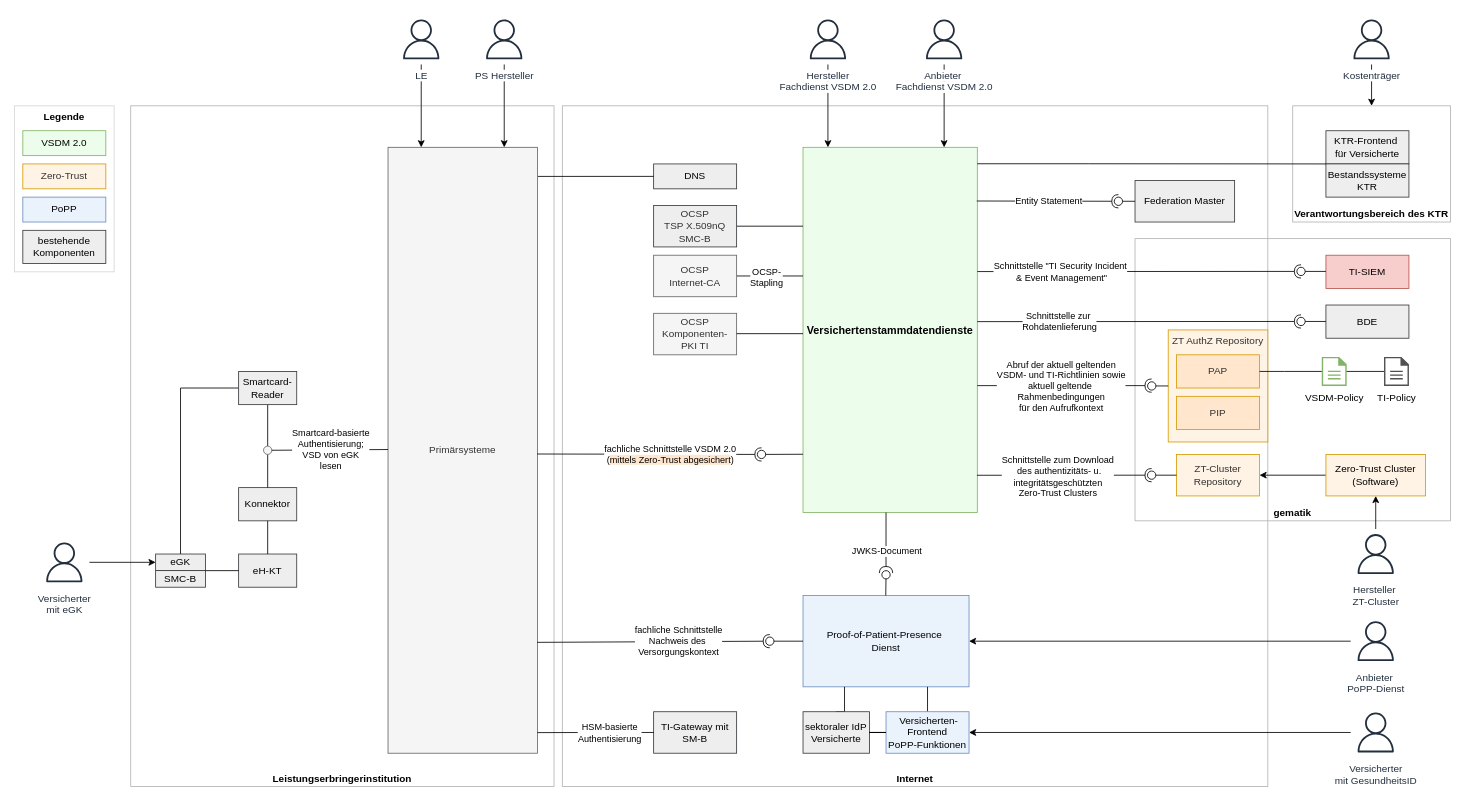
Earlier version of the draw.io diagram src/drawio/Systemkontext_VSDM2.drawio (gematik/spec-VSDM2). Source tidied: cells renumbered, new cells numbered last; positions are measured from the earlier drawing's top-left corner, leaving out a move shared by most shapes. Both pictures are drawn from the tidied source at 83%, with x=0, y=0 at pixel (14, 14).
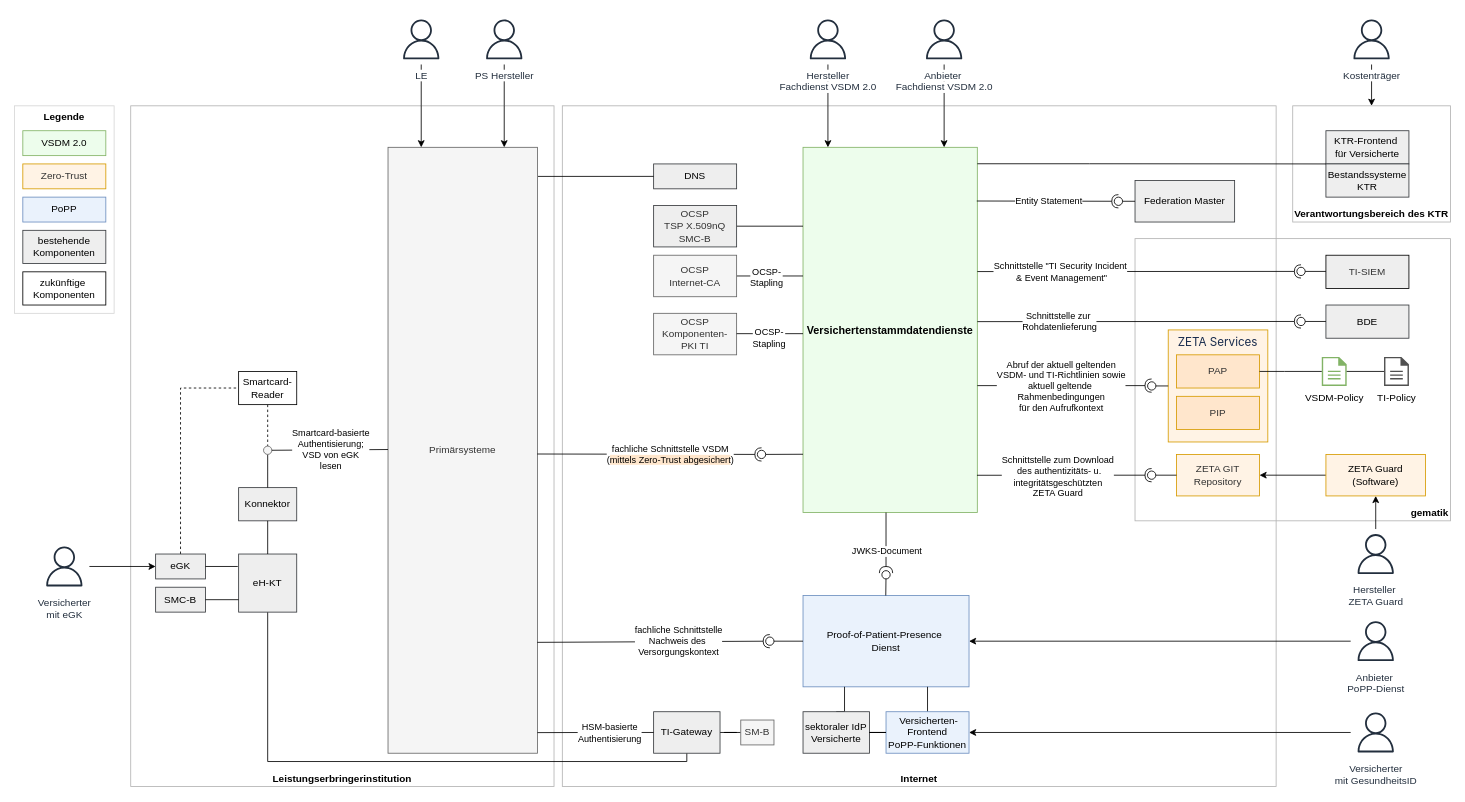
The same page after the edit.

Unchanged cells that the change refers to:
```xml
<mxCell id="63" style="rounded=0;orthogonalLoop=1;jettySize=auto;html=1;endArrow=halfCircle;endFill=0;endSize=6;strokeWidth=1;sketch=0;exitX=0.999;exitY=0.424;exitDx=0;exitDy=0;exitPerimeter=0;" parent="1" edge="1">
  <mxGeometry relative="1" as="geometry">
    <mxPoint x="629.8" y="529.5" as="sourcePoint" />
    <mxPoint x="900" y="530" as="targetPoint" />
  </mxGeometry>
</mxCell>
<mxCell id="68" style="ellipse;whiteSpace=wrap;html=1;fillColor=#f5f5f5;fontColor=#333333;strokeColor=#666666;" parent="1" vertex="1">
  <mxGeometry x="300" y="520" width="10" height="10" as="geometry" />
</mxCell>
<mxCell id="73" style="rounded=0;jettySize=auto;html=1;endArrow=halfCircle;endFill=0;endSize=6;strokeWidth=1;sketch=0;exitX=0.998;exitY=0.898;exitDx=0;exitDy=0;exitPerimeter=0;" parent="1" edge="1" source="7">
  <mxGeometry relative="1" as="geometry">
    <mxPoint x="1370" y="555" as="targetPoint" />
  </mxGeometry>
</mxCell>
```

Change to the diagram source:
```diff
@@
     <mxCell id="2" value="&lt;b&gt;Internet&lt;/b&gt;" style="rounded=0;whiteSpace=wrap;html=1;fillColor=none;verticalAlign=bottom;strokeColor=#B3B3B3;" parent="1" vertex="1">
-      <mxGeometry x="660" y="110" width="850" height="820" as="geometry" />
+      <mxGeometry x="660" y="110" width="860" height="820" as="geometry" />
     </mxCell>
-    <mxCell id="3" value="&lt;b&gt;gematik&lt;/b&gt;" style="rounded=0;whiteSpace=wrap;html=1;fillColor=none;verticalAlign=bottom;strokeColor=#B3B3B3;align=center;" parent="1" vertex="1">
+    <mxCell id="3" value="&lt;b&gt;gematik&lt;/b&gt;" style="rounded=0;whiteSpace=wrap;html=1;fillColor=none;verticalAlign=bottom;strokeColor=#B3B3B3;align=right;" parent="1" vertex="1">
       <mxGeometry x="1350" y="270" width="380" height="340" as="geometry" />
     </mxCell>
@@
-    <mxCell id="10" style="edgeStyle=orthogonalEdgeStyle;rounded=0;jettySize=auto;html=1;entryX=0;entryY=0.5;entryDx=0;entryDy=0;endArrow=none;endFill=0;exitX=0.5;exitY=0;exitDx=0;exitDy=0;" parent="1" edge="1" source="11" target="23">
+    <mxCell id="10" style="edgeStyle=orthogonalEdgeStyle;rounded=0;jettySize=auto;html=1;entryX=0;entryY=0.5;entryDx=0;entryDy=0;endArrow=none;endFill=0;exitX=0.5;exitY=0;exitDx=0;exitDy=0;dashed=1;" parent="1" edge="1" source="11" target="23">
       <mxGeometry relative="1" as="geometry">
         <Array as="points">
           <mxPoint x="200" y="450" />
         </Array>
       </mxGeometry>
     </mxCell>
     <mxCell id="11" value="&lt;div&gt;eGK&lt;/div&gt;" style="rounded=0;whiteSpace=wrap;html=1;fillColor=#eeeeee;strokeColor=#36393d;" parent="1" vertex="1">
-      <mxGeometry x="170" y="650" width="60" height="20" as="geometry" />
+      <mxGeometry x="170" y="650" width="60" height="30" as="geometry" />
     </mxCell>
     <mxCell id="12" value="&lt;div&gt;SMC-B&lt;/div&gt;" style="rounded=0;whiteSpace=wrap;html=1;fillColor=#eeeeee;strokeColor=#36393d;" parent="1" vertex="1">
-      <mxGeometry x="170" y="670" width="60" height="20" as="geometry" />
+      <mxGeometry x="170" y="690" width="60" height="30" as="geometry" />
     </mxCell>
@@
+    <mxCell id="104" style="edgeStyle=orthogonalEdgeStyle;rounded=0;jettySize=auto;html=1;entryX=0.5;entryY=1;entryDx=0;entryDy=0;horizontal=0;endArrow=none;endFill=0;exitX=0.5;exitY=1;exitDx=0;exitDy=0;" parent="1" edge="1" source="14" target="16">
+      <mxGeometry relative="1" as="geometry">
+        <Array as="points">
+          <mxPoint x="810" y="900" />
+          <mxPoint x="305" y="900" />
+        </Array>
+      </mxGeometry>
+    </mxCell>
+    <mxCell id="105" style="edgeStyle=orthogonalEdgeStyle;rounded=0;jettySize=auto;html=1;endArrow=none;endFill=0;" parent="1" edge="1" source="14" target="108">
+      <mxGeometry relative="1" as="geometry" />
+    </mxCell>
-    <mxCell id="14" value="&lt;div&gt;TI-Gateway mit SM-B&lt;/div&gt;" style="rounded=0;whiteSpace=wrap;html=1;fillColor=#eeeeee;strokeColor=#36393d;" parent="1" vertex="1">
-      <mxGeometry x="770" y="840" width="100" height="50" as="geometry" />
+    <mxCell id="14" value="&lt;div&gt;TI-Gateway&lt;/div&gt;" style="rounded=0;whiteSpace=wrap;html=1;fillColor=#eeeeee;strokeColor=#36393d;" parent="1" vertex="1">
+      <mxGeometry x="770" y="840" width="80" height="50" as="geometry" />
     </mxCell>
@@
     <mxCell id="16" value="eH-KT" style="rounded=0;whiteSpace=wrap;html=1;fillColor=#eeeeee;strokeColor=#36393d;" parent="1" vertex="1">
-      <mxGeometry x="270" y="650" width="70" height="40" as="geometry" />
+      <mxGeometry x="270" y="650" width="70" height="70" as="geometry" />
     </mxCell>
@@
-    <mxCell id="22" style="edgeStyle=orthogonalEdgeStyle;rounded=0;jettySize=auto;html=1;endArrow=none;endFill=0;entryX=0.5;entryY=0;entryDx=0;entryDy=0;" parent="1" edge="1" source="23" target="68">
+    <mxCell id="22" style="edgeStyle=orthogonalEdgeStyle;rounded=0;jettySize=auto;html=1;endArrow=none;endFill=0;entryX=0.5;entryY=0;entryDx=0;entryDy=0;dashed=1;" parent="1" edge="1" source="23" target="68">
       <mxGeometry relative="1" as="geometry">
         <Array as="points">
           <mxPoint x="305" y="480" />
           <mxPoint x="305" y="480" />
         </Array>
       </mxGeometry>
     </mxCell>
-    <mxCell id="23" value="Smartcard-Reader" style="rounded=0;whiteSpace=wrap;html=1;fillColor=#eeeeee;strokeColor=#36393d;" parent="1" vertex="1">
+    <mxCell id="23" value="Smartcard-Reader" style="rounded=0;whiteSpace=wrap;html=1;" parent="1" vertex="1">
       <mxGeometry x="270" y="430" width="70" height="40" as="geometry" />
     </mxCell>
@@
-    <mxCell id="25" value="&lt;div style=&quot;color: rgb(51, 51, 51);&quot;&gt;ZT-Cluster&lt;/div&gt;&lt;div style=&quot;color: rgb(51, 51, 51);&quot;&gt;Repository&lt;/div&gt;" style="rounded=0;whiteSpace=wrap;html=1;fillColor=#FFF3E5;strokeColor=#D79B00;" parent="1" vertex="1">
+    <mxCell id="25" value="&lt;div style=&quot;color: rgb(51, 51, 51);&quot;&gt;ZETA GIT Repository&lt;/div&gt;" style="rounded=0;whiteSpace=wrap;html=1;fillColor=#FFF3E5;strokeColor=#D79B00;" parent="1" vertex="1">
       <mxGeometry x="1400" y="530" width="100" height="50" as="geometry" />
     </mxCell>
@@
     <mxCell id="31" value="&lt;b&gt;Legende&lt;/b&gt;" style="rounded=0;whiteSpace=wrap;html=1;fillColor=none;verticalAlign=top;strokeColor=#D6D6D6;" parent="1" vertex="1">
-      <mxGeometry y="110" width="120" height="200" as="geometry" />
+      <mxGeometry y="110" width="120" height="250" as="geometry" />
     </mxCell>
@@
-    <mxCell id="41" value="&lt;span style=&quot;background-color: rgb(255, 255, 255);&quot;&gt;Hersteller&amp;nbsp;&lt;/span&gt;&lt;div&gt;&lt;span style=&quot;background-color: rgb(255, 255, 255);&quot;&gt;ZT-Cluster&lt;/span&gt;&lt;/div&gt;" style="sketch=0;outlineConnect=0;fontColor=#232F3E;gradientColor=none;strokeColor=#232F3E;fillColor=#ffffff;dashed=0;verticalLabelPosition=bottom;verticalAlign=top;align=center;html=1;fontSize=12;fontStyle=0;shape=mxgraph.aws4.resourceIcon;resIcon=mxgraph.aws4.user;" parent="1" vertex="1">
+    <mxCell id="41" value="&lt;span style=&quot;background-color: rgb(255, 255, 255);&quot;&gt;Hersteller&amp;nbsp;&lt;/span&gt;&lt;div&gt;&lt;span style=&quot;background-color: rgb(255, 255, 255);&quot;&gt;ZETA Guard&lt;/span&gt;&lt;/div&gt;" style="sketch=0;outlineConnect=0;fontColor=#232F3E;gradientColor=none;strokeColor=#232F3E;fillColor=#ffffff;dashed=0;verticalLabelPosition=bottom;verticalAlign=top;align=center;html=1;fontSize=12;fontStyle=0;shape=mxgraph.aws4.resourceIcon;resIcon=mxgraph.aws4.user;" parent="1" vertex="1">
       <mxGeometry x="1610" y="620" width="60" height="60" as="geometry" />
     </mxCell>
@@
     <mxCell id="51" value="&lt;span style=&quot;background-color: rgb(255, 255, 255);&quot;&gt;Versicherter&lt;/span&gt;&lt;div&gt;&lt;span style=&quot;background-color: rgb(255, 255, 255);&quot;&gt;mit eGK&lt;/span&gt;&lt;/div&gt;" style="sketch=0;outlineConnect=0;fontColor=#232F3E;gradientColor=none;strokeColor=#232F3E;fillColor=#ffffff;dashed=0;verticalLabelPosition=bottom;verticalAlign=top;align=center;html=1;fontSize=12;fontStyle=0;shape=mxgraph.aws4.resourceIcon;resIcon=mxgraph.aws4.user;" parent="1" vertex="1">
-      <mxGeometry x="30" y="630" width="60" height="60" as="geometry" />
+      <mxGeometry x="30" y="635" width="60" height="60" as="geometry" />
     </mxCell>
@@
-    <mxCell id="57" value="&lt;div&gt;&lt;span style=&quot;background-color: initial;&quot;&gt;Zero-Trust Cluster&lt;/span&gt;&lt;br&gt;&lt;/div&gt;&lt;div&gt;&lt;span style=&quot;background-color: initial;&quot;&gt;(Software)&lt;/span&gt;&lt;/div&gt;" style="rounded=0;whiteSpace=wrap;html=1;align=center;verticalAlign=middle;fillColor=#fff3e5;strokeColor=#d79b00;" parent="1" vertex="1">
+    <mxCell id="57" value="&lt;div&gt;&lt;span style=&quot;background-color: initial;&quot;&gt;ZETA Guard (Software)&lt;/span&gt;&lt;/div&gt;" style="rounded=0;whiteSpace=wrap;html=1;align=center;verticalAlign=middle;fillColor=#fff3e5;strokeColor=#d79b00;" parent="1" vertex="1">
       <mxGeometry x="1580" y="530" width="120" height="50" as="geometry" />
     </mxCell>
@@
-    <mxCell id="60" value="&lt;div&gt;TI-SIEM&lt;/div&gt;" style="rounded=0;whiteSpace=wrap;html=1;fillColor=#f8cecc;strokeColor=#b85450;" parent="1" vertex="1">
+    <mxCell id="60" value="&lt;div&gt;TI-SIEM&lt;/div&gt;" style="rounded=0;whiteSpace=wrap;html=1;fillColor=#EEEEEE;strokeColor=#000000;fontColor=#333333;" parent="1" vertex="1">
       <mxGeometry x="1580" y="290" width="100" height="40" as="geometry" />
     </mxCell>
@@
-    <mxCell id="64" value="&lt;div&gt;&lt;div&gt;fachliche Schnittstelle VSDM 2.0&lt;/div&gt;(&lt;span style=&quot;background-color: rgb(255, 230, 204);&quot;&gt;mittels &lt;font style=&quot;&quot;&gt;Zero-Trust&lt;/font&gt; abgesichert&lt;/span&gt;)&lt;/div&gt;" style="edgeLabel;html=1;align=center;verticalAlign=middle;" parent="63" vertex="1">
+    <mxCell id="64" value="&lt;div&gt;&lt;div&gt;fachliche Schnittstelle VSDM&lt;/div&gt;(&lt;span style=&quot;background-color: rgb(255, 230, 204);&quot;&gt;mittels &lt;font style=&quot;&quot;&gt;Zero-Trust&lt;/font&gt; abgesichert&lt;/span&gt;)&lt;/div&gt;" style="edgeLabel;html=1;align=center;verticalAlign=middle;" parent="63" vertex="1">
       <mxGeometry x="-0.06" y="1" relative="1" as="geometry">
         <mxPoint x="33" y="1" as="offset" />
       </mxGeometry>
     </mxCell>
@@
-    <mxCell id="71" style="endArrow=none;html=1;rounded=0;entryX=0;entryY=0.5;entryDx=0;entryDy=0;exitX=1;exitY=0;exitDx=0;exitDy=0;" parent="1" edge="1" source="12" target="16">
-      <mxGeometry relative="1" as="geometry" />
+    <mxCell id="71" style="endArrow=none;html=1;rounded=0;exitX=1;exitY=0.5;exitDx=0;exitDy=0;" parent="1" edge="1" source="11">
+      <mxGeometry relative="1" as="geometry">
+        <mxPoint x="269" y="665" as="targetPoint" />
+      </mxGeometry>
     </mxCell>
@@
-    <mxCell id="74" value="Schnittstelle zum Download&lt;div&gt;&amp;nbsp;des authentizitäts- u.&lt;div&gt;integritätsgeschützten&lt;/div&gt;&lt;div&gt;Zero-Trust Clusters&lt;/div&gt;&lt;/div&gt;" style="edgeLabel;html=1;align=center;verticalAlign=middle;" parent="73" vertex="1">
+    <mxCell id="74" value="Schnittstelle zum Download&lt;div&gt;&amp;nbsp;des authentizitäts- u.&lt;div&gt;integritätsgeschützten&lt;/div&gt;&lt;div&gt;ZETA Guard&lt;/div&gt;&lt;/div&gt;" style="edgeLabel;html=1;align=center;verticalAlign=middle;" parent="73" vertex="1">
       <mxGeometry x="-0.08" y="-1" relative="1" as="geometry" />
     </mxCell>
@@
-    <mxCell id="85" value="&lt;div style=&quot;color: rgb(51, 51, 51);&quot;&gt;ZT AuthZ Repository&lt;/div&gt;" style="rounded=0;whiteSpace=wrap;html=1;fillColor=#FFF3E5;strokeColor=#D79B00;verticalAlign=top;" parent="1" vertex="1">
+    <mxCell id="85" value="&lt;div style=&quot;color: rgb(51, 51, 51);&quot;&gt;&lt;span style=&quot;color: rgb(23, 43, 77); font-family: -apple-system, BlinkMacSystemFont, &amp;quot;Segoe UI&amp;quot;, Roboto, Oxygen, Ubuntu, &amp;quot;Fira Sans&amp;quot;, &amp;quot;Droid Sans&amp;quot;, &amp;quot;Helvetica Neue&amp;quot;, sans-serif; font-size: 14px; text-align: left;&quot;&gt;ZETA Services&lt;/span&gt;&lt;/div&gt;" style="rounded=0;whiteSpace=wrap;html=1;fillColor=#FFF3E5;strokeColor=#D79B00;verticalAlign=top;" parent="1" vertex="1">
       <mxGeometry x="1390" y="380" width="120" height="135" as="geometry" />
     </mxCell>
@@
+    <mxCell id="106" value="OCSP-&lt;div&gt;Stapling&lt;/div&gt;" style="edgeLabel;html=1;align=center;verticalAlign=middle;" parent="1" vertex="1">
+      <mxGeometry x="915" y="326" as="geometry">
+        <mxPoint x="-7" y="63" as="offset" />
+      </mxGeometry>
+    </mxCell>
+    <mxCell id="107" style="endArrow=none;html=1;rounded=0;exitX=1;exitY=0.5;exitDx=0;exitDy=0;" parent="1" edge="1" source="12">
+      <mxGeometry relative="1" as="geometry">
+        <mxPoint x="270" y="705" as="targetPoint" />
+      </mxGeometry>
+    </mxCell>
+    <mxCell id="108" value="&lt;div&gt;SM-B&lt;/div&gt;" style="rounded=0;whiteSpace=wrap;html=1;fillColor=#f5f5f5;fontColor=#333333;strokeColor=#666666;" parent="1" vertex="1">
+      <mxGeometry x="875" y="850" width="40" height="30" as="geometry" />
+    </mxCell>
+    <mxCell id="109" value="&lt;div&gt;zukünftige&amp;nbsp;&lt;/div&gt;&lt;div&gt;Komponenten&lt;/div&gt;" style="rounded=0;whiteSpace=wrap;html=1;verticalAlign=middle;" parent="1" vertex="1">
+      <mxGeometry x="10" y="310" width="100" height="40" as="geometry" />
+    </mxCell>
```
